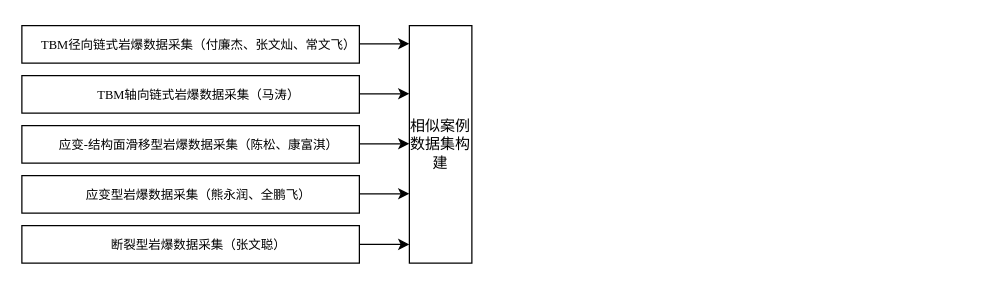
Before: 技术路线-机理大模型.drawio in hzb29/hzb29, a draw.io diagram. Source tidied: cells renumbered, new cells numbered last; positions are measured from the earlier drawing's top-left corner, leaving out a move shared by most shapes. Both pictures are drawn from the tidied source at 125%, with x=0, y=0 at pixel (21, 25).
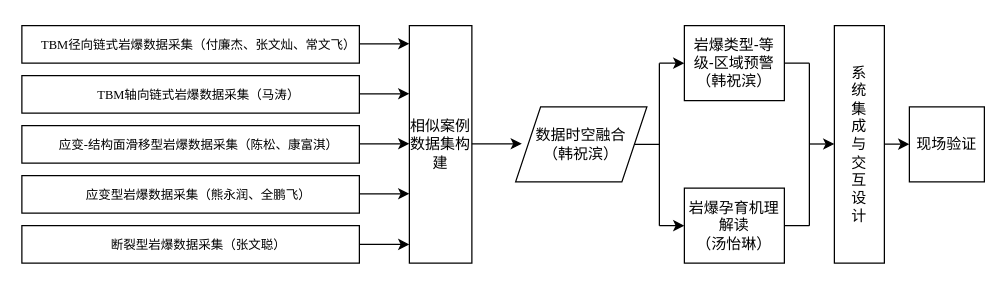
Above is the later version.

Commit message:
更新技术路线-机理大模型.drawio

Change to the diagram source:
```diff
@@
+    <mxCell id="13" value="数据时空融合&lt;div&gt;（韩祝滨）&lt;/div&gt;" style="shape=parallelogram;perimeter=parallelogramPerimeter;whiteSpace=wrap;html=1;fixedSize=1;" parent="1" vertex="1">
+      <mxGeometry x="395" y="65" width="105" height="60" as="geometry" />
+    </mxCell>
+    <mxCell id="14" style="endArrow=classic;html=1;rounded=0;exitX=1;exitY=0.5;exitDx=0;exitDy=0;" parent="1" edge="1">
+      <mxGeometry relative="1" as="geometry">
+        <mxPoint x="360" y="94.5" as="sourcePoint" />
+        <mxPoint x="400" y="94.5" as="targetPoint" />
+      </mxGeometry>
+    </mxCell>
+    <mxCell id="15" value="岩爆类型-等级-区域预警&lt;div&gt;（韩祝滨）&lt;/div&gt;" style="rounded=0;whiteSpace=wrap;html=1;" parent="1" vertex="1">
+      <mxGeometry x="530" width="80" height="60" as="geometry" />
+    </mxCell>
+    <mxCell id="16" value="岩爆孕育机理解读&lt;div&gt;（汤怡琳）&lt;/div&gt;" style="rounded=0;whiteSpace=wrap;html=1;" parent="1" vertex="1">
+      <mxGeometry x="530" y="130" width="80" height="60" as="geometry" />
+    </mxCell>
+    <mxCell id="17" style="endArrow=classic;html=1;rounded=0;entryX=0;entryY=0.5;entryDx=0;entryDy=0;" parent="1" edge="1" target="15">
+      <mxGeometry relative="1" as="geometry">
+        <mxPoint x="510" y="30" as="sourcePoint" />
+      </mxGeometry>
+    </mxCell>
+    <mxCell id="18" style="endArrow=classic;html=1;rounded=0;entryX=0;entryY=0.5;entryDx=0;entryDy=0;" parent="1" edge="1">
+      <mxGeometry relative="1" as="geometry">
+        <mxPoint x="510" y="160" as="sourcePoint" />
+        <mxPoint x="530" y="160" as="targetPoint" />
+      </mxGeometry>
+    </mxCell>
+    <mxCell id="19" style="endArrow=none;html=1;rounded=0;" parent="1" edge="1">
+      <mxGeometry relative="1" as="geometry">
+        <mxPoint x="510" y="160" as="sourcePoint" />
+        <mxPoint x="510" y="30" as="targetPoint" />
+      </mxGeometry>
+    </mxCell>
+    <mxCell id="20" style="endArrow=none;html=1;rounded=0;exitX=1;exitY=0.5;exitDx=0;exitDy=0;" parent="1" edge="1" source="13">
+      <mxGeometry relative="1" as="geometry">
+        <mxPoint x="510" y="95" as="targetPoint" />
+      </mxGeometry>
+    </mxCell>
+    <mxCell id="21" value="系&lt;div&gt;统&lt;/div&gt;&lt;div&gt;集&lt;/div&gt;&lt;div&gt;成&lt;/div&gt;&lt;div&gt;与&lt;/div&gt;&lt;div&gt;交&lt;/div&gt;&lt;div&gt;互&lt;/div&gt;&lt;div&gt;设&lt;/div&gt;&lt;div&gt;计&lt;/div&gt;" style="rounded=0;whiteSpace=wrap;html=1;" parent="1" vertex="1">
+      <mxGeometry x="650" width="40" height="190" as="geometry" />
+    </mxCell>
+    <mxCell id="22" style="endArrow=none;html=1;rounded=0;" parent="1" edge="1">
+      <mxGeometry relative="1" as="geometry">
+        <mxPoint x="630" y="160" as="sourcePoint" />
+        <mxPoint x="630" y="30" as="targetPoint" />
+      </mxGeometry>
+    </mxCell>
+    <mxCell id="23" style="endArrow=none;html=1;rounded=0;entryX=1;entryY=0.5;entryDx=0;entryDy=0;" parent="1" edge="1" target="15">
+      <mxGeometry relative="1" as="geometry">
+        <mxPoint x="630" y="30" as="sourcePoint" />
+      </mxGeometry>
+    </mxCell>
+    <mxCell id="24" style="endArrow=none;html=1;rounded=0;entryX=1;entryY=0.5;entryDx=0;entryDy=0;" parent="1" edge="1" target="16">
+      <mxGeometry relative="1" as="geometry">
+        <mxPoint x="630" y="160" as="sourcePoint" />
+      </mxGeometry>
+    </mxCell>
+    <mxCell id="25" style="endArrow=classic;html=1;rounded=0;entryX=0;entryY=0.5;entryDx=0;entryDy=0;" parent="1" edge="1">
+      <mxGeometry relative="1" as="geometry">
+        <mxPoint x="630" y="94.7" as="sourcePoint" />
+        <mxPoint x="650" y="94.7" as="targetPoint" />
+      </mxGeometry>
+    </mxCell>
+    <mxCell id="26" value="现场验证" style="rounded=0;whiteSpace=wrap;html=1;" parent="1" vertex="1">
+      <mxGeometry x="710" y="65" width="60" height="60" as="geometry" />
+    </mxCell>
+    <mxCell id="27" style="endArrow=classic;html=1;rounded=0;entryX=0;entryY=0.5;entryDx=0;entryDy=0;" parent="1" edge="1">
+      <mxGeometry relative="1" as="geometry">
+        <mxPoint x="690" y="94.8" as="sourcePoint" />
+        <mxPoint x="710" y="94.8" as="targetPoint" />
+      </mxGeometry>
+    </mxCell>
```
